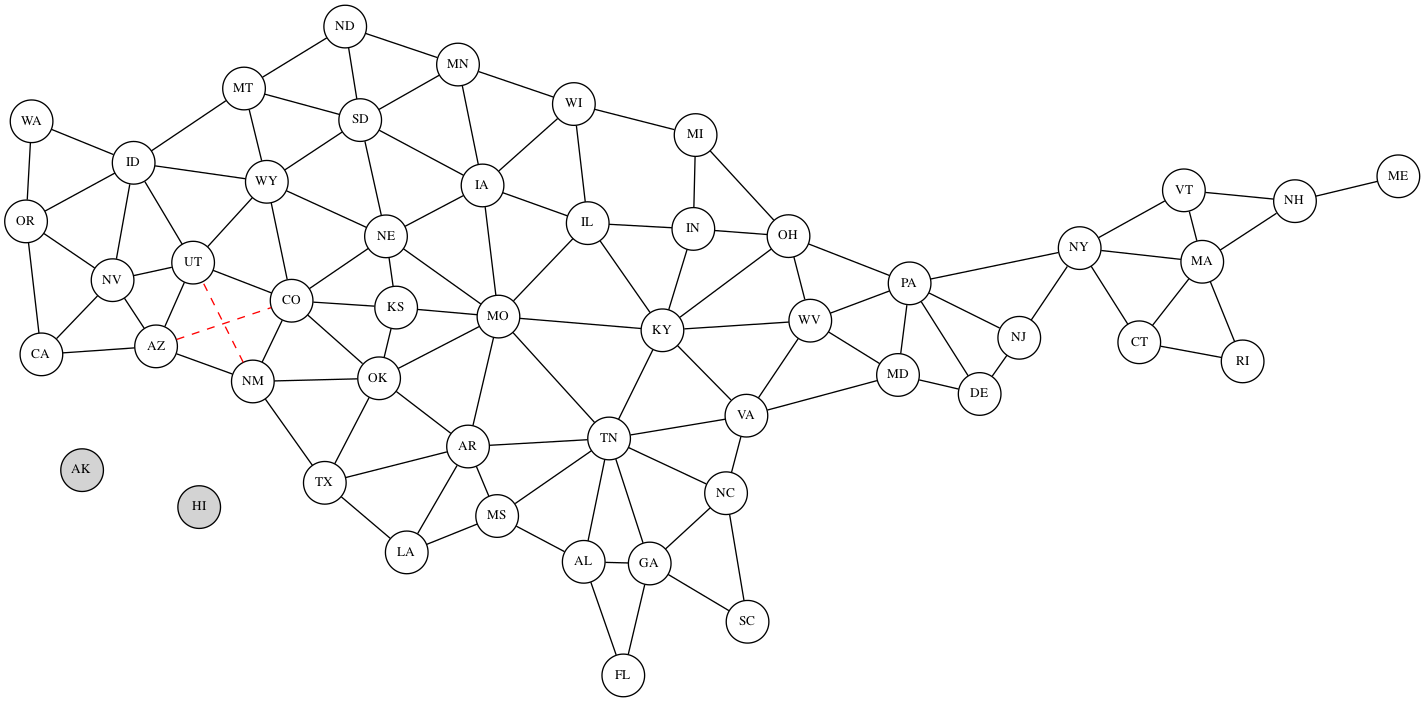
This is states_springs.png from jaycoskey/DataVisualization, a Graphviz export, as it was before one commit. Its source is kept beside it as states_springs.dot.
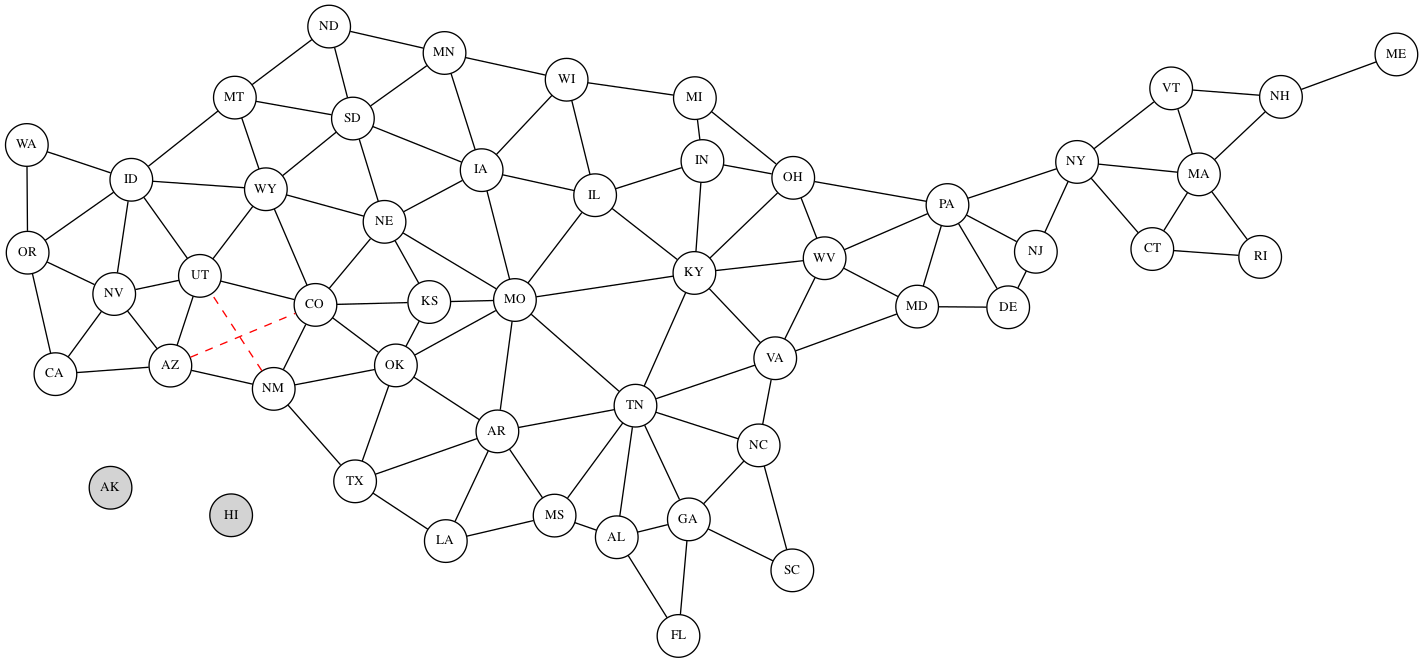
After the commit.

What changed in the source:
```diff
@@ -3,56 +3,56 @@
     splines=line
     node [fixedsize=true fontsize=10 height=0.45 width=0.45]
 
-    AK [pos="-119.68,31.05" bgcolor=red style=filled]
-    AL [pos="-86.79,32.81"]
-    AR [pos="-92.37,34.97"]
-    AZ [pos="-111.43,33.73"]
-    CA [pos="-119.68,36.12"]
-    CO [pos="-105.31,39.06"]
-    CT [pos="-72.76,41.60"]
-    DE [pos="-75.51,39.32"]
-    FL [pos="-81.69,27.77"]
-    GA [pos="-83.64,33.04"]
-    HI [pos="-106.25,31.05" bgcolor=red style=filled]
-    IA [pos="-93.21,42.01"]
-    ID [pos="-114.48,44.24"]
-    IL [pos="-88.99,40.35"]
-    IN [pos="-86.26,39.85"]
-    KS [pos="-96.73,38.53"]
-    KY [pos="-84.67,37.67"]
-    LA [pos="-91.87,31.17"]
-    MA [pos="-71.53,42.23"]
-    MD [pos="-76.80,39.06"]
-    ME [pos="-69.38,44.69"]
-    MI [pos="-84.54,43.33"]
-    MN [pos="-93.90,45.69"]
-    MO [pos="-92.29,38.46"]
-    MS [pos="-89.68,32.74"]
-    MT [pos="-110.45,46.92"]
-    NC [pos="-79.81,35.63"]
-    ND [pos="-99.78,47.53"]
-    NE [pos="-98.27,41.13"]
-    NH [pos="-71.56,43.45"]
-    NJ [pos="-74.52,40.30"]
-    NM [pos="-106.25,34.84"]
-    NV [pos="-117.06,38.31"]
-    NY [pos="-74.95,42.17"]
-    OH [pos="-82.76,40.39"]
-    OK [pos="-96.93,35.57"]
-    OR [pos="-122.07,44.57"]
-    PA [pos="-77.21,40.59"]
-    RI [pos="-71.51,41.68"]
-    SC [pos="-80.95,33.86"]
-    SD [pos="-99.44,44.30"]
-    TN [pos="-86.69,35.75"]
-    TX [pos="-97.56,31.05"]
-    UT [pos="-111.86,40.15"]
-    VA [pos="-78.17,37.77"]
-    VT [pos="-72.71,44.05"]
-    WA [pos="-121.49,47.40"]
-    WI [pos="-89.62,44.27"]
-    WV [pos="-80.95,38.49"]
-    WY [pos="-107.30,42.76"]
+    AK [pos="-119.42,31.97" style=filled fillcolor=lightgray]
+    AL [pos="-86.90,32.32"]
+    AR [pos="-91.83,35.20"]
+    AZ [pos="-111.09,34.05"]
+    CA [pos="-119.42,36.78"]
+    CO [pos="-105.78,39.55"]
+    CT [pos="-73.09,41.60"]
+    DE [pos="-75.53,38.91"]
+    FL [pos="-81.52,27.66"]
+    GA [pos="-82.91,32.16"]
+    HI [pos="-105.03,31.97" style=filled fillcolor=lightgray]
+    IA [pos="-93.10,41.88"]
+    ID [pos="-114.74,44.07"]
+    IL [pos="-89.40,40.63"]
+    IN [pos="-85.60,40.55"]
+    KS [pos="-98.48,39.01"]
+    KY [pos="-84.27,37.84"]
+    LA [pos="-92.15,31.24"]
+    MA [pos="-71.38,42.41"]
+    MD [pos="-76.64,39.05"]
+    ME [pos="-69.45,45.25"]
+    MI [pos="-85.60,44.31"]
+    MN [pos="-94.69,46.73"]
+    MO [pos="-91.83,37.96"]
+    MS [pos="-89.40,32.35"]
+    MT [pos="-110.36,46.88"]
+    NC [pos="-79.02,35.76"]
+    ND [pos="-101.00,47.55"]
+    NE [pos="-99.90,41.49"]
+    NH [pos="-71.57,43.19"]
+    NJ [pos="-74.41,40.06"]
+    NM [pos="-105.03,34.97"]
+    NV [pos="-116.42,38.80"]
+    NY [pos="-74.22,43.30"]
+    OH [pos="-82.91,40.42"]
+    OK [pos="-97.09,35.01"]
+    OR [pos="-120.55,43.80"]
+    PA [pos="-77.19,41.20"]
+    RI [pos="-71.48,41.58"]
+    SC [pos="-81.16,33.84"]
+    SD [pos="-99.90,43.97"]
+    TN [pos="-86.58,35.52"]
+    TX [pos="-99.90,31.97"]
+    UT [pos="-111.09,39.32"]
+    VA [pos="-78.66,37.43"]
+    VT [pos="-72.58,44.56"]
+    WA [pos="-120.74,47.75"]
+    WI [pos="-88.79,43.78"]
+    WV [pos="-80.45,38.60"]
+    WY [pos="-107.29,43.08"]
 
     AK -- HI [style=invis]
     AK -- CA [style=invis]
```
